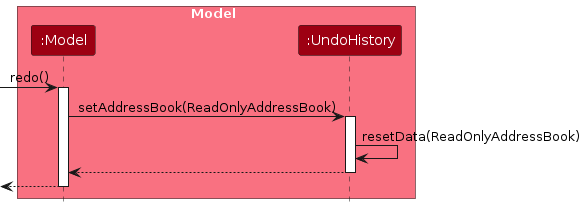
Before: diagrams/RedoSequenceDiagram-Model.png, a diagram exported from PlantUML (AY2324S2-CS2103T-W13-3/tp). Its source is kept beside it as diagrams/RedoSequenceDiagram-Model.puml.
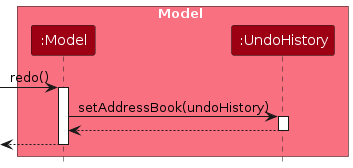
Above is the later version.

Diff of the diagram source:
```diff
@@ -10,10 +10,9 @@
 [-> Model : redo()
 activate Model
 
-Model -> UndoHistory : setAddressBook(ReadOnlyAddressBook)
+Model -> UndoHistory : setAddressBook(undoHistory)
 activate UndoHistory
 
-UndoHistory -> UndoHistory :resetData(ReadOnlyAddressBook)
 UndoHistory --> Model :
 deactivate UndoHistory
 
```
